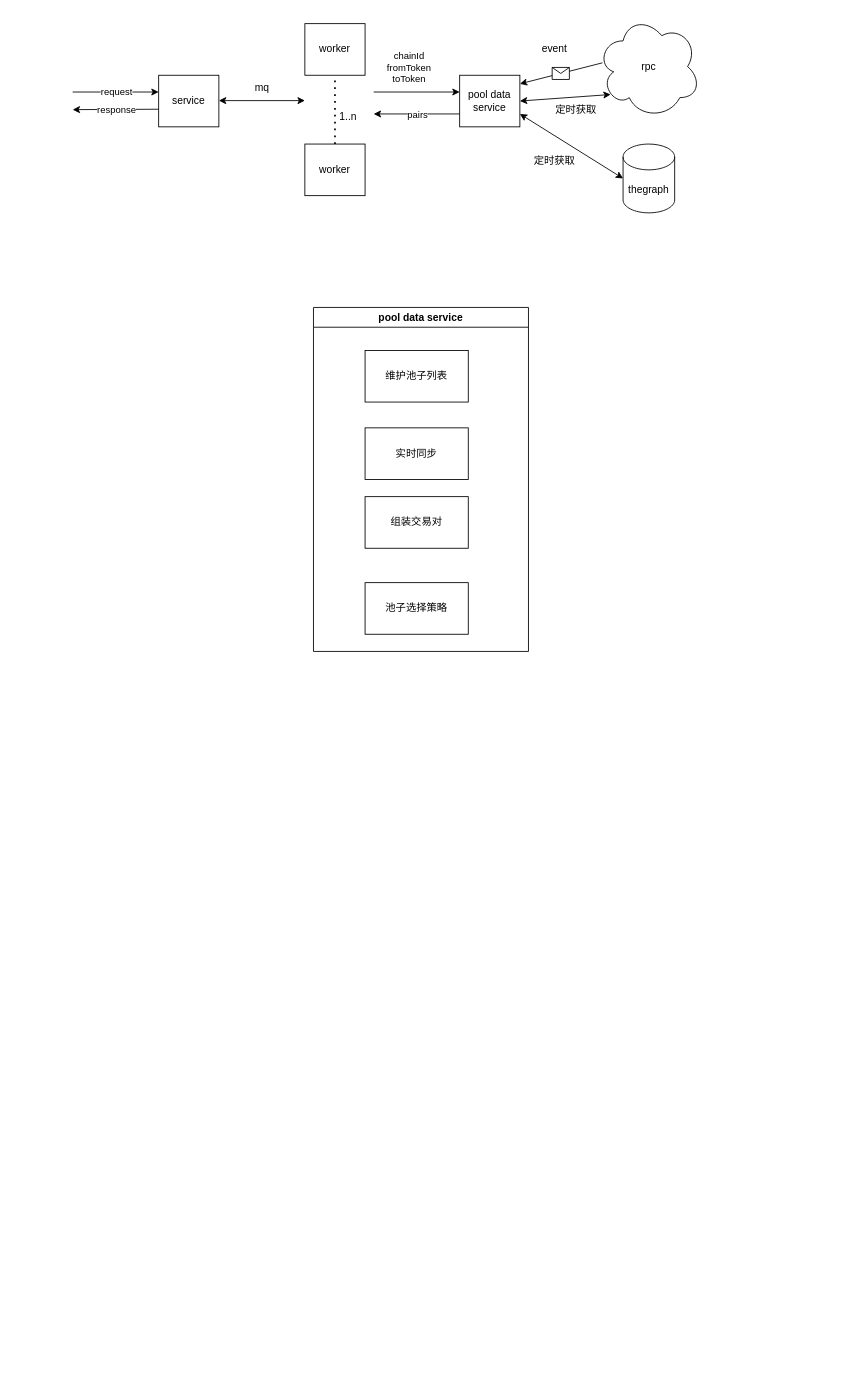
dodowq/diagrams keeps this draw.io diagram as route-api/未命名绘图.drawio. Above is the earlier version. Source tidied: cells renumbered, new cells numbered last; positions are measured from the earlier drawing's top-left corner, leaving out a move shared by most shapes. Both pictures are drawn from the tidied source at 86%, with x=0, y=0 at pixel (72, 15).
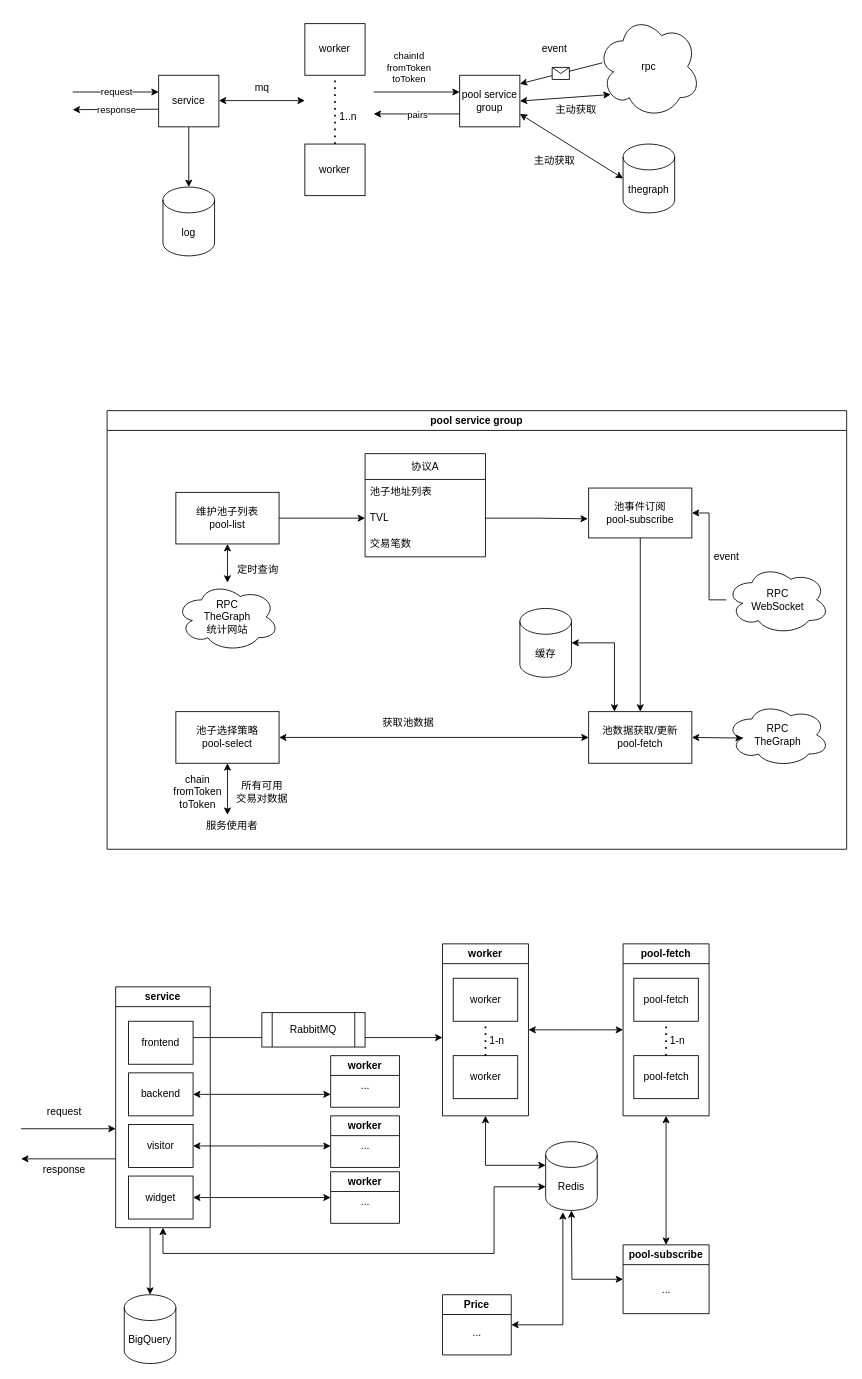
After the change.

Commit message (it also covers changes not shown here):
更新未命名绘图.drawio

The change refers to these unchanged cells:
```xml
<mxCell id="2" value="service" style="rounded=0;whiteSpace=wrap;html=1;" parent="1" vertex="1">
  <mxGeometry x="100" y="70" width="70" height="60" as="geometry" />
</mxCell>
```

The edit, as a diff of the source:
```diff
@@
-    <mxCell id="3" value="pool data service" style="swimlane;whiteSpace=wrap;html=1;" parent="1" vertex="1">
-      <mxGeometry x="280" y="340" width="250" height="400" as="geometry" />
+    <mxCell id="3" value="pool service group" style="swimlane;whiteSpace=wrap;html=1;" parent="1" vertex="1">
+      <mxGeometry x="40" y="460" width="860" height="510" as="geometry" />
     </mxCell>
+    <mxCell id="32" style="edgeStyle=orthogonalEdgeStyle;rounded=0;jettySize=auto;html=1;" parent="3" edge="1" source="4" target="38">
+      <mxGeometry relative="1" as="geometry" />
+    </mxCell>
-    <mxCell id="4" value="维护池子列表" style="rounded=0;whiteSpace=wrap;html=1;" parent="3" vertex="1">
-      <mxGeometry x="60" y="50" width="120" height="60" as="geometry" />
+    <mxCell id="4" value="维护池子列表&lt;br&gt;pool-list" style="rounded=0;whiteSpace=wrap;html=1;" parent="3" vertex="1">
+      <mxGeometry x="80" y="95" width="120" height="60" as="geometry" />
     </mxCell>
+    <mxCell id="33" style="edgeStyle=orthogonalEdgeStyle;rounded=0;jettySize=auto;html=1;" parent="3" edge="1" source="5" target="6">
+      <mxGeometry relative="1" as="geometry" />
+    </mxCell>
-    <mxCell id="5" value="实时同步" style="rounded=0;whiteSpace=wrap;html=1;" parent="3" vertex="1">
-      <mxGeometry x="60" y="140" width="120" height="60" as="geometry" />
+    <mxCell id="5" value="池事件订阅&lt;br&gt;pool-subscribe" style="rounded=0;whiteSpace=wrap;html=1;" parent="3" vertex="1">
+      <mxGeometry x="560" y="90" width="120" height="58" as="geometry" />
     </mxCell>
+    <mxCell id="34" style="edgeStyle=orthogonalEdgeStyle;rounded=0;jettySize=auto;html=1;exitX=0.25;exitY=0;exitDx=0;exitDy=0;entryX=1;entryY=0.5;entryDx=0;entryDy=0;entryPerimeter=0;startArrow=classic;startFill=1;" parent="3" edge="1" source="6" target="47">
+      <mxGeometry relative="1" as="geometry" />
+    </mxCell>
-    <mxCell id="6" value="组装交易对" style="rounded=0;whiteSpace=wrap;html=1;" parent="3" vertex="1">
-      <mxGeometry x="60" y="220" width="120" height="60" as="geometry" />
+    <mxCell id="6" value="池数据获取/更新&lt;br&gt;pool-fetch" style="rounded=0;whiteSpace=wrap;html=1;" parent="3" vertex="1">
+      <mxGeometry x="560" y="350" width="120" height="60" as="geometry" />
     </mxCell>
+    <mxCell id="35" style="edgeStyle=orthogonalEdgeStyle;rounded=0;jettySize=auto;html=1;startArrow=classic;startFill=1;" parent="3" edge="1" source="7" target="6">
+      <mxGeometry relative="1" as="geometry" />
+    </mxCell>
-    <mxCell id="7" value="池子选择策略" style="rounded=0;whiteSpace=wrap;html=1;" parent="3" vertex="1">
-      <mxGeometry x="60" y="320" width="120" height="60" as="geometry" />
+    <mxCell id="7" value="池子选择策略&lt;br&gt;pool-select" style="rounded=0;whiteSpace=wrap;html=1;" parent="3" vertex="1">
+      <mxGeometry x="80" y="350" width="120" height="60" as="geometry" />
     </mxCell>
+    <mxCell id="36" value="协议A" style="swimlane;fontStyle=0;horizontal=1;startSize=30;whiteSpace=wrap;html=1;" parent="3" vertex="1">
+      <mxGeometry x="300" y="50" width="140" height="120" as="geometry" />
+    </mxCell>
+    <mxCell id="37" value="池子地址列表" style="text;strokeColor=none;fillColor=none;align=left;verticalAlign=middle;spacingLeft=4;spacingRight=4;overflow=hidden;whiteSpace=wrap;html=1;" parent="36" vertex="1">
+      <mxGeometry y="30" width="140" height="30" as="geometry" />
+    </mxCell>
+    <mxCell id="38" value="TVL" style="text;strokeColor=none;fillColor=none;align=left;verticalAlign=middle;spacingLeft=4;spacingRight=4;overflow=hidden;points=[[0,0.5],[1,0.5]];portConstraint=eastwest;whiteSpace=wrap;html=1;" parent="36" vertex="1">
+      <mxGeometry y="60" width="140" height="30" as="geometry" />
+    </mxCell>
+    <mxCell id="39" value="交易笔数" style="text;strokeColor=none;fillColor=none;align=left;verticalAlign=middle;spacingLeft=4;spacingRight=4;overflow=hidden;whiteSpace=wrap;html=1;" parent="36" vertex="1">
+      <mxGeometry y="90" width="140" height="30" as="geometry" />
+    </mxCell>
+    <mxCell id="40" style="edgeStyle=orthogonalEdgeStyle;rounded=0;jettySize=auto;html=1;entryX=-0.008;entryY=0.617;entryDx=0;entryDy=0;entryPerimeter=0;" parent="3" edge="1" source="38" target="5">
+      <mxGeometry relative="1" as="geometry" />
+    </mxCell>
+    <mxCell id="41" style="edgeStyle=orthogonalEdgeStyle;rounded=0;jettySize=auto;html=1;entryX=1;entryY=0.5;entryDx=0;entryDy=0;" parent="3" edge="1" source="42" target="5">
+      <mxGeometry relative="1" as="geometry" />
+    </mxCell>
+    <mxCell id="42" value="RPC&lt;br&gt;WebSocket" style="ellipse;shape=cloud;whiteSpace=wrap;html=1;" parent="3" vertex="1">
+      <mxGeometry x="720" y="180" width="120" height="80" as="geometry" />
+    </mxCell>
+    <mxCell id="43" value="event" style="text;html=1;align=center;verticalAlign=middle;strokeColor=none;fillColor=none;rotation=0;flipH=0;" parent="3" vertex="1">
+      <mxGeometry x="695" y="155" width="50" height="30" as="geometry" />
+    </mxCell>
+    <mxCell id="44" value="RPC&lt;br&gt;TheGraph" style="ellipse;shape=cloud;whiteSpace=wrap;html=1;" parent="3" vertex="1">
+      <mxGeometry x="720" y="340" width="120" height="74" as="geometry" />
+    </mxCell>
+    <mxCell id="45" value="定时查询" style="text;html=1;align=center;verticalAlign=middle;strokeColor=none;fillColor=none;" parent="3" vertex="1">
+      <mxGeometry x="140" y="170" width="70" height="30" as="geometry" />
+    </mxCell>
+    <mxCell id="46" style="endArrow=classic;startArrow=classic;html=1;rounded=0;entryX=0.16;entryY=0.55;entryDx=0;entryDy=0;entryPerimeter=0;exitX=1;exitY=0.5;exitDx=0;exitDy=0;" parent="3" edge="1" source="6" target="44">
+      <mxGeometry relative="1" as="geometry" />
+    </mxCell>
+    <mxCell id="47" value="缓存" style="shape=cylinder3;whiteSpace=wrap;html=1;boundedLbl=1;backgroundOutline=1;size=15;" parent="3" vertex="1">
+      <mxGeometry x="480" y="230" width="60" height="80" as="geometry" />
+    </mxCell>
+    <mxCell id="48" style="edgeStyle=orthogonalEdgeStyle;rounded=0;jettySize=auto;html=1;entryX=0.5;entryY=1;entryDx=0;entryDy=0;startArrow=classic;startFill=1;" parent="3" edge="1" source="49" target="4">
+      <mxGeometry relative="1" as="geometry" />
+    </mxCell>
+    <mxCell id="49" value="RPC&lt;br&gt;TheGraph&lt;br&gt;统计网站" style="ellipse;shape=cloud;whiteSpace=wrap;html=1;" parent="3" vertex="1">
+      <mxGeometry x="80" y="200" width="120" height="80" as="geometry" />
+    </mxCell>
+    <mxCell id="50" style="endArrow=classic;html=1;rounded=0;entryX=0.5;entryY=1;entryDx=0;entryDy=0;startArrow=classic;startFill=1;" parent="3" edge="1" target="7">
+      <mxGeometry relative="1" as="geometry">
+        <mxPoint x="140" y="470" as="sourcePoint" />
+      </mxGeometry>
+    </mxCell>
+    <mxCell id="51" value="服务使用者" style="text;html=1;align=center;verticalAlign=middle;strokeColor=none;fillColor=none;" parent="3" vertex="1">
+      <mxGeometry x="105" y="468" width="80" height="30" as="geometry" />
+    </mxCell>
+    <mxCell id="52" value="chain&lt;br&gt;fromToken&lt;br&gt;toToken" style="text;html=1;align=center;verticalAlign=middle;strokeColor=none;fillColor=none;" parent="3" vertex="1">
+      <mxGeometry x="65" y="413" width="80" height="60" as="geometry" />
+    </mxCell>
+    <mxCell id="53" value="所有可用&lt;br&gt;交易对数据" style="text;html=1;align=center;verticalAlign=middle;strokeColor=none;fillColor=none;" parent="3" vertex="1">
+      <mxGeometry x="140" y="423" width="80" height="40" as="geometry" />
+    </mxCell>
@@
-    <mxCell id="13" value="pool data service" style="rounded=0;whiteSpace=wrap;html=1;" parent="1" vertex="1">
+    <mxCell id="13" value="pool service group" style="rounded=0;whiteSpace=wrap;html=1;" parent="1" vertex="1">
       <mxGeometry x="450" y="70" width="70" height="60" as="geometry" />
     </mxCell>
@@
-    <mxCell id="28" value="定时获取" style="text;html=1;align=center;verticalAlign=middle;strokeColor=none;fillColor=none;" parent="1" vertex="1">
+    <mxCell id="28" value="主动获取" style="text;html=1;align=center;verticalAlign=middle;strokeColor=none;fillColor=none;" parent="1" vertex="1">
       <mxGeometry x="525" y="155" width="70" height="30" as="geometry" />
     </mxCell>
-    <mxCell id="29" value="定时获取" style="text;html=1;align=center;verticalAlign=middle;strokeColor=none;fillColor=none;" parent="1" vertex="1">
+    <mxCell id="29" value="主动获取" style="text;html=1;align=center;verticalAlign=middle;strokeColor=none;fillColor=none;" parent="1" vertex="1">
       <mxGeometry x="550" y="95" width="70" height="30" as="geometry" />
     </mxCell>
@@
+    <mxCell id="54" value="log" style="shape=cylinder3;whiteSpace=wrap;html=1;boundedLbl=1;backgroundOutline=1;size=15;" parent="1" vertex="1">
+      <mxGeometry x="105" y="200" width="60" height="80" as="geometry" />
+    </mxCell>
+    <mxCell id="55" style="endArrow=classic;html=1;rounded=0;exitX=0.5;exitY=1;exitDx=0;exitDy=0;entryX=0.5;entryY=0;entryDx=0;entryDy=0;entryPerimeter=0;" parent="1" edge="1" source="2" target="54">
+      <mxGeometry relative="1" as="geometry" />
+    </mxCell>
+    <mxCell id="56" value="获取池数据" style="text;html=1;align=center;verticalAlign=middle;strokeColor=none;fillColor=none;" parent="1" vertex="1">
+      <mxGeometry x="350" y="808" width="80" height="30" as="geometry" />
+    </mxCell>
+    <mxCell id="57" style="edgeStyle=orthogonalEdgeStyle;rounded=0;jettySize=auto;html=1;" parent="1" edge="1" source="58">
+      <mxGeometry relative="1" as="geometry">
+        <mxPoint x="430" y="1189" as="targetPoint" />
+        <Array as="points">
+          <mxPoint x="430" y="1190" />
+        </Array>
+      </mxGeometry>
+    </mxCell>
+    <mxCell id="58" value="frontend" style="rounded=0;whiteSpace=wrap;html=1;" parent="1" vertex="1">
+      <mxGeometry x="65" y="1170" width="75" height="50" as="geometry" />
+    </mxCell>
+    <mxCell id="59" style="edgeStyle=orthogonalEdgeStyle;rounded=0;jettySize=auto;html=1;entryX=0;entryY=0;entryDx=0;entryDy=52.5;entryPerimeter=0;startArrow=classic;startFill=1;" parent="1" edge="1" source="60" target="89">
+      <mxGeometry relative="1" as="geometry">
+        <Array as="points">
+          <mxPoint x="105" y="1440" />
+          <mxPoint x="490" y="1440" />
+          <mxPoint x="490" y="1363" />
+        </Array>
+      </mxGeometry>
+    </mxCell>
+    <mxCell id="60" value="service" style="swimlane;whiteSpace=wrap;html=1;" parent="1" vertex="1">
+      <mxGeometry x="50" y="1130" width="110" height="280" as="geometry" />
+    </mxCell>
+    <mxCell id="61" value="backend" style="rounded=0;whiteSpace=wrap;html=1;" parent="60" vertex="1">
+      <mxGeometry x="15" y="100" width="75" height="50" as="geometry" />
+    </mxCell>
+    <mxCell id="62" style="edgeStyle=orthogonalEdgeStyle;rounded=0;jettySize=auto;html=1;startArrow=classic;startFill=1;" parent="60" edge="1" source="63">
+      <mxGeometry relative="1" as="geometry">
+        <mxPoint x="250" y="185" as="targetPoint" />
+      </mxGeometry>
+    </mxCell>
+    <mxCell id="63" value="visitor" style="rounded=0;whiteSpace=wrap;html=1;" parent="60" vertex="1">
+      <mxGeometry x="15" y="160" width="75" height="50" as="geometry" />
+    </mxCell>
+    <mxCell id="64" value="widget" style="rounded=0;whiteSpace=wrap;html=1;" parent="60" vertex="1">
+      <mxGeometry x="15" y="220" width="75" height="50" as="geometry" />
+    </mxCell>
+    <mxCell id="65" value="worker" style="swimlane;whiteSpace=wrap;html=1;" parent="1" vertex="1">
+      <mxGeometry x="300" y="1210" width="80" height="60" as="geometry" />
+    </mxCell>
+    <mxCell id="66" value="..." style="text;html=1;align=center;verticalAlign=middle;strokeColor=none;fillColor=none;" parent="65" vertex="1">
+      <mxGeometry x="25" y="20" width="30" height="30" as="geometry" />
+    </mxCell>
+    <mxCell id="67" style="group;" parent="1" vertex="1">
+      <mxGeometry x="430" y="1080" width="100" height="200" as="geometry" />
+    </mxCell>
+    <mxCell id="68" style="edgeStyle=orthogonalEdgeStyle;rounded=0;jettySize=auto;html=1;startArrow=classic;startFill=1;" parent="67" edge="1" source="69">
+      <mxGeometry relative="1" as="geometry">
+        <mxPoint x="210" y="100" as="targetPoint" />
+      </mxGeometry>
+    </mxCell>
+    <mxCell id="69" value="worker" style="swimlane;whiteSpace=wrap;html=1;" parent="67" vertex="1">
+      <mxGeometry width="100" height="200" as="geometry" />
+    </mxCell>
+    <mxCell id="70" value="1-n" style="text;html=1;align=center;verticalAlign=middle;strokeColor=none;fillColor=none;" parent="67" vertex="1">
+      <mxGeometry x="42.5" y="98" width="40" height="30" as="geometry" />
+    </mxCell>
+    <mxCell id="71" value="worker" style="rounded=0;whiteSpace=wrap;html=1;" parent="67" vertex="1">
+      <mxGeometry x="12.5" y="40" width="75" height="50" as="geometry" />
+    </mxCell>
+    <mxCell id="72" value="worker" style="rounded=0;whiteSpace=wrap;html=1;" parent="67" vertex="1">
+      <mxGeometry x="12.5" y="130" width="75" height="50" as="geometry" />
+    </mxCell>
+    <mxCell id="73" style="endArrow=none;dashed=1;html=1;dashPattern=1 3;strokeWidth=2;rounded=0;entryX=0.5;entryY=1;entryDx=0;entryDy=0;" parent="67" edge="1" source="72" target="71">
+      <mxGeometry relative="1" as="geometry" />
+    </mxCell>
+    <mxCell id="74" value="worker" style="swimlane;whiteSpace=wrap;html=1;" parent="1" vertex="1">
+      <mxGeometry x="300" y="1280" width="80" height="60" as="geometry" />
+    </mxCell>
+    <mxCell id="75" value="..." style="text;html=1;align=center;verticalAlign=middle;strokeColor=none;fillColor=none;" parent="74" vertex="1">
+      <mxGeometry x="25" y="20" width="30" height="30" as="geometry" />
+    </mxCell>
+    <mxCell id="76" value="worker" style="swimlane;whiteSpace=wrap;html=1;" parent="1" vertex="1">
+      <mxGeometry x="300" y="1345" width="80" height="60" as="geometry" />
+    </mxCell>
+    <mxCell id="77" value="..." style="text;html=1;align=center;verticalAlign=middle;strokeColor=none;fillColor=none;" parent="76" vertex="1">
+      <mxGeometry x="25" y="20" width="30" height="30" as="geometry" />
+    </mxCell>
+    <mxCell id="78" style="edgeStyle=orthogonalEdgeStyle;rounded=0;jettySize=auto;html=1;entryX=0;entryY=0.75;entryDx=0;entryDy=0;startArrow=classic;startFill=1;" parent="1" edge="1" source="61" target="65">
+      <mxGeometry relative="1" as="geometry" />
+    </mxCell>
+    <mxCell id="79" style="edgeStyle=orthogonalEdgeStyle;rounded=0;jettySize=auto;html=1;entryX=0;entryY=0.5;entryDx=0;entryDy=0;startArrow=classic;startFill=1;" parent="1" edge="1" source="64" target="76">
+      <mxGeometry relative="1" as="geometry" />
+    </mxCell>
+    <mxCell id="80" style="group;" parent="1" vertex="1">
+      <mxGeometry x="640" y="1080" width="100" height="200" as="geometry" />
+    </mxCell>
+    <mxCell id="81" value="pool-fetch" style="swimlane;whiteSpace=wrap;html=1;" parent="80" vertex="1">
+      <mxGeometry width="100" height="200" as="geometry" />
+    </mxCell>
+    <mxCell id="82" value="1-n" style="text;html=1;align=center;verticalAlign=middle;strokeColor=none;fillColor=none;" parent="80" vertex="1">
+      <mxGeometry x="42.5" y="98" width="40" height="30" as="geometry" />
+    </mxCell>
+    <mxCell id="83" value="pool-fetch" style="rounded=0;whiteSpace=wrap;html=1;" parent="80" vertex="1">
+      <mxGeometry x="12.5" y="40" width="75" height="50" as="geometry" />
+    </mxCell>
+    <mxCell id="84" value="pool-fetch" style="rounded=0;whiteSpace=wrap;html=1;" parent="80" vertex="1">
+      <mxGeometry x="12.5" y="130" width="75" height="50" as="geometry" />
+    </mxCell>
+    <mxCell id="85" style="endArrow=none;dashed=1;html=1;dashPattern=1 3;strokeWidth=2;rounded=0;entryX=0.5;entryY=1;entryDx=0;entryDy=0;" parent="80" edge="1" source="84" target="83">
+      <mxGeometry relative="1" as="geometry" />
+    </mxCell>
+    <mxCell id="86" style="edgeStyle=orthogonalEdgeStyle;rounded=0;jettySize=auto;html=1;entryX=0.5;entryY=1;entryDx=0;entryDy=0;startArrow=classic;startFill=1;" parent="1" edge="1" source="88" target="81">
+      <mxGeometry relative="1" as="geometry" />
+    </mxCell>
+    <mxCell id="87" style="edgeStyle=orthogonalEdgeStyle;rounded=0;jettySize=auto;html=1;startArrow=classic;startFill=1;" parent="1" edge="1" source="88">
+      <mxGeometry relative="1" as="geometry">
+        <mxPoint x="580" y="1390" as="targetPoint" />
+      </mxGeometry>
+    </mxCell>
+    <mxCell id="88" value="pool-subscribe" style="swimlane;whiteSpace=wrap;html=1;" parent="1" vertex="1">
+      <mxGeometry x="640" y="1430" width="100" height="80" as="geometry" />
+    </mxCell>
+    <mxCell id="89" value="Redis" style="shape=cylinder3;whiteSpace=wrap;html=1;boundedLbl=1;backgroundOutline=1;size=15;" parent="1" vertex="1">
+      <mxGeometry x="550" y="1310" width="60" height="80" as="geometry" />
+    </mxCell>
+    <mxCell id="90" value="RabbitMQ" style="shape=process;whiteSpace=wrap;html=1;backgroundOutline=1;" parent="1" vertex="1">
+      <mxGeometry x="220" y="1160" width="120" height="40" as="geometry" />
+    </mxCell>
+    <mxCell id="91" style="edgeStyle=orthogonalEdgeStyle;rounded=0;jettySize=auto;html=1;entryX=0.333;entryY=1.025;entryDx=0;entryDy=0;entryPerimeter=0;startArrow=classic;startFill=1;" parent="1" edge="1" source="92" target="89">
+      <mxGeometry relative="1" as="geometry" />
+    </mxCell>
+    <mxCell id="92" value="Price" style="swimlane;whiteSpace=wrap;html=1;" parent="1" vertex="1">
+      <mxGeometry x="430" y="1488" width="80" height="70" as="geometry" />
+    </mxCell>
+    <mxCell id="93" value="..." style="text;html=1;align=center;verticalAlign=middle;strokeColor=none;fillColor=none;" parent="1" vertex="1">
+      <mxGeometry x="455" y="1518" width="30" height="30" as="geometry" />
+    </mxCell>
+    <mxCell id="94" value="..." style="text;html=1;align=center;verticalAlign=middle;strokeColor=none;fillColor=none;" parent="1" vertex="1">
+      <mxGeometry x="675" y="1468" width="30" height="30" as="geometry" />
+    </mxCell>
+    <mxCell id="95" style="edgeStyle=orthogonalEdgeStyle;rounded=0;jettySize=auto;html=1;startArrow=classic;startFill=1;endArrow=none;endFill=0;" parent="1" edge="1" source="96">
+      <mxGeometry relative="1" as="geometry">
+        <mxPoint x="90" y="1410" as="targetPoint" />
+      </mxGeometry>
+    </mxCell>
+    <mxCell id="96" value="BigQuery" style="shape=cylinder3;whiteSpace=wrap;html=1;boundedLbl=1;backgroundOutline=1;size=15;" parent="1" vertex="1">
+      <mxGeometry x="60" y="1488" width="60" height="80" as="geometry" />
+    </mxCell>
+    <mxCell id="97" style="endArrow=classic;html=1;rounded=0;startArrow=none;startFill=0;" parent="1" edge="1">
+      <mxGeometry relative="1" as="geometry">
+        <mxPoint x="-60" y="1295" as="sourcePoint" />
+        <mxPoint x="50" y="1295" as="targetPoint" />
+      </mxGeometry>
+    </mxCell>
+    <mxCell id="98" value="request" style="text;html=1;align=center;verticalAlign=middle;strokeColor=none;fillColor=none;" parent="1" vertex="1">
+      <mxGeometry x="-40" y="1260" width="60" height="30" as="geometry" />
+    </mxCell>
+    <mxCell id="99" style="edgeStyle=orthogonalEdgeStyle;rounded=0;jettySize=auto;html=1;entryX=0;entryY=0;entryDx=0;entryDy=27.5;entryPerimeter=0;startArrow=classic;startFill=1;" parent="1" edge="1" source="69" target="89">
+      <mxGeometry relative="1" as="geometry">
+        <Array as="points">
+          <mxPoint x="480" y="1338" />
+        </Array>
+      </mxGeometry>
+    </mxCell>
+    <mxCell id="100" style="endArrow=none;html=1;rounded=0;startArrow=classic;startFill=1;endFill=0;" parent="1" edge="1">
+      <mxGeometry relative="1" as="geometry">
+        <mxPoint x="-60" y="1330" as="sourcePoint" />
+        <mxPoint x="50" y="1330" as="targetPoint" />
+      </mxGeometry>
+    </mxCell>
+    <mxCell id="101" value="response" style="text;html=1;align=center;verticalAlign=middle;strokeColor=none;fillColor=none;" parent="1" vertex="1">
+      <mxGeometry x="-45" y="1328" width="70" height="30" as="geometry" />
+    </mxCell>
```
